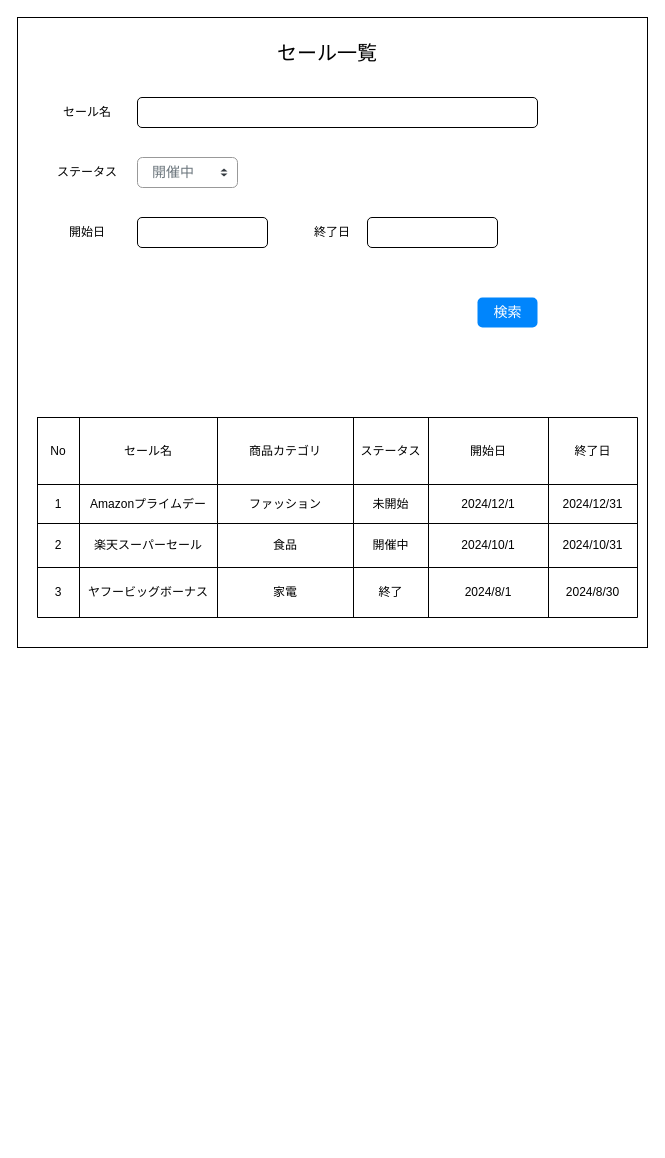
This is page "一覧画面" (1 of 3) of web-apps/sale_notification/docs/画面設計書/一覧画面.dio from mytysoldier/portfolios, a draw.io file, before an edit. Source tidied: cells renumbered, new cells numbered last; positions are measured from the earlier drawing's top-left corner, leaving out a move shared by most shapes. Both pictures are drawn from the tidied source at 100%, with x=0, y=0 at pixel (17, 17).
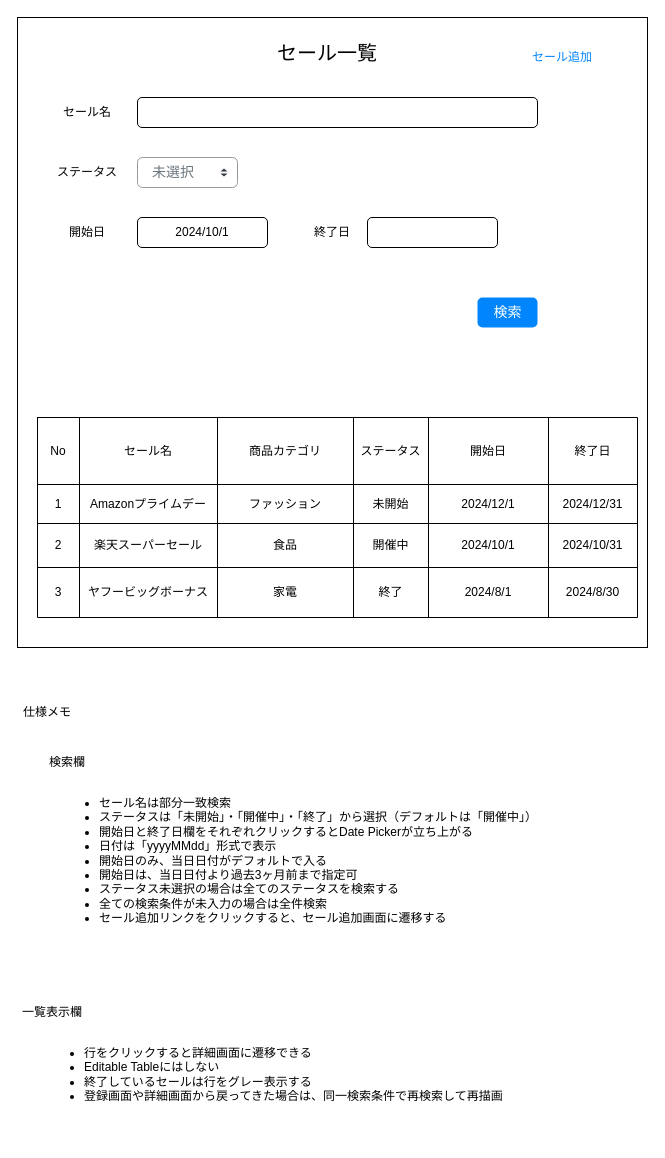
The same page after the edit.

What changed in the source:
```diff
@@
-    <mxCell id="36" value="開催中" style="html=1;shadow=0;dashed=0;shape=mxgraph.bootstrap.rrect;rSize=5;fillColor=#ffffff;strokeColor=#999999;align=left;spacing=15;fontSize=14;fontColor=#6C767D;" parent="1" vertex="1">
+    <mxCell id="36" value="未選択" style="html=1;shadow=0;dashed=0;shape=mxgraph.bootstrap.rrect;rSize=5;fillColor=#ffffff;strokeColor=#999999;align=left;spacing=15;fontSize=14;fontColor=#6C767D;" parent="1" vertex="1">
       <mxGeometry x="120" y="140" width="100" height="30" as="geometry" />
     </mxCell>
@@
-    <mxCell id="41" style="rounded=1;whiteSpace=wrap;html=1;fontSize=20;" parent="1" vertex="1">
+    <mxCell id="41" value="2024/10/1" style="rounded=1;whiteSpace=wrap;html=1;fontSize=12;" parent="1" vertex="1">
       <mxGeometry x="120" y="200" width="130" height="30" as="geometry" />
     </mxCell>
@@
+    <mxCell id="44" value="仕様メモ" style="text;html=1;strokeColor=none;fillColor=none;align=center;verticalAlign=middle;whiteSpace=wrap;rounded=0;" parent="1" vertex="1">
+      <mxGeometry y="680" width="60" height="30" as="geometry" />
+    </mxCell>
+    <mxCell id="45" value="検索欄" style="text;html=1;strokeColor=none;fillColor=none;align=center;verticalAlign=middle;whiteSpace=wrap;rounded=0;" parent="1" vertex="1">
+      <mxGeometry x="20" y="730" width="60" height="30" as="geometry" />
+    </mxCell>
+    <mxCell id="46" value="一覧表示欄" style="text;html=1;strokeColor=none;fillColor=none;align=center;verticalAlign=middle;whiteSpace=wrap;rounded=0;" parent="1" vertex="1">
+      <mxGeometry y="980" width="70" height="30" as="geometry" />
+    </mxCell>
+    <mxCell id="47" value="&lt;ul&gt;&lt;li&gt;セール名は部分一致検索&lt;/li&gt;&lt;li&gt;ステータスは「未開始」・「開催中」・「終了」から選択（デフォルトは「開催中」）&lt;/li&gt;&lt;li&gt;開始日と終了日欄をそれぞれクリックするとDate Pickerが立ち上がる&lt;/li&gt;&lt;li&gt;日付は「yyyyMMdd」形式で表示&lt;/li&gt;&lt;li&gt;開始日のみ、当日日付がデフォルトで入る&lt;/li&gt;&lt;li&gt;開始日は、当日日付より過去3ヶ月前まで指定可&lt;/li&gt;&lt;li&gt;ステータス未選択の場合は全てのステータスを検索する&lt;/li&gt;&lt;li&gt;全ての検索条件が未入力の場合は全件検索&lt;/li&gt;&lt;li&gt;セール追加リンクをクリックすると、セール追加画面に遷移する&lt;/li&gt;&lt;/ul&gt;" style="text;strokeColor=none;fillColor=none;html=1;whiteSpace=wrap;verticalAlign=top;overflow=hidden;" parent="1" vertex="1">
+      <mxGeometry x="40" y="760" width="590" height="210" as="geometry" />
+    </mxCell>
+    <mxCell id="48" value="&lt;ul&gt;&lt;li&gt;行をクリックすると詳細画面に遷移できる&lt;/li&gt;&lt;li&gt;Editable Tableにはしない&lt;/li&gt;&lt;li&gt;終了しているセールは行をグレー表示する&lt;/li&gt;&lt;li&gt;登録画面や詳細画面から戻ってきた場合は、同一検索条件で再検索して再描画&lt;/li&gt;&lt;/ul&gt;" style="text;strokeColor=none;fillColor=none;html=1;whiteSpace=wrap;verticalAlign=top;overflow=hidden;" parent="1" vertex="1">
+      <mxGeometry x="25" y="1010" width="590" height="110" as="geometry" />
+    </mxCell>
+    <mxCell id="49" value="セール追加" style="html=1;shadow=0;dashed=0;shape=mxgraph.bootstrap.rrect;rSize=5;strokeColor=none;strokeWidth=1;fillColor=none;fontColor=#0085FC;whiteSpace=wrap;align=center;verticalAlign=middle;spacingLeft=0;fontStyle=0;fontSize=12;spacing=5;" parent="1" vertex="1">
+      <mxGeometry x="500" y="20" width="90" height="40" as="geometry" />
+    </mxCell>
```
